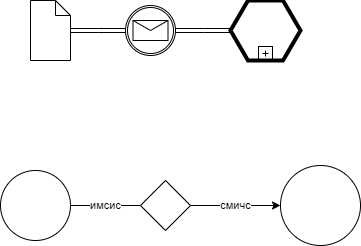
Above: Untitled_Diagram.drawio.png in dkorolev13/test_drawio (draw.io), before the change. Source tidied: cells renumbered, new cells last; positions are measured from the earlier drawing's top-left corner, leaving out a move shared by most shapes.
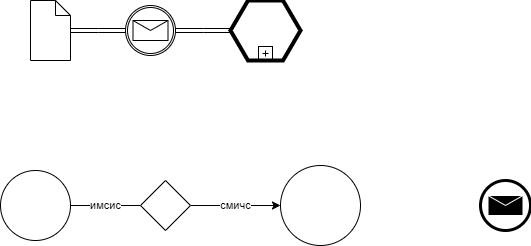
The same diagram one commit later.

Change to the diagram source:
```diff
@@ -36,5 +36,8 @@
     <mxCell id="11" style="points=[[0.145,0.145,0],[0.5,0,0],[0.855,0.145,0],[1,0.5,0],[0.855,0.855,0],[0.5,1,0],[0.145,0.855,0],[0,0.5,0]];shape=mxgraph.bpmn.event;html=1;verticalLabelPosition=bottom;labelBackgroundColor=#ffffff;verticalAlign=top;align=center;perimeter=ellipsePerimeter;outlineConnect=0;outline=boundInt;symbol=message;" parent="1" vertex="1">
       <mxGeometry x="125" y="5" width="50" height="50" as="geometry" />
     </mxCell>
+    <mxCell id="12" style="shape=mxgraph.bpmn.event;html=1;verticalLabelPosition=bottom;labelBackgroundColor=#ffffff;verticalAlign=top;align=center;perimeter=ellipsePerimeter;outline=end;symbol=message;" parent="1" vertex="1">
+      <mxGeometry x="480" y="180" width="50" height="50" as="geometry" />
+    </mxCell>
   </root>
 </mxGraphModel>
```
